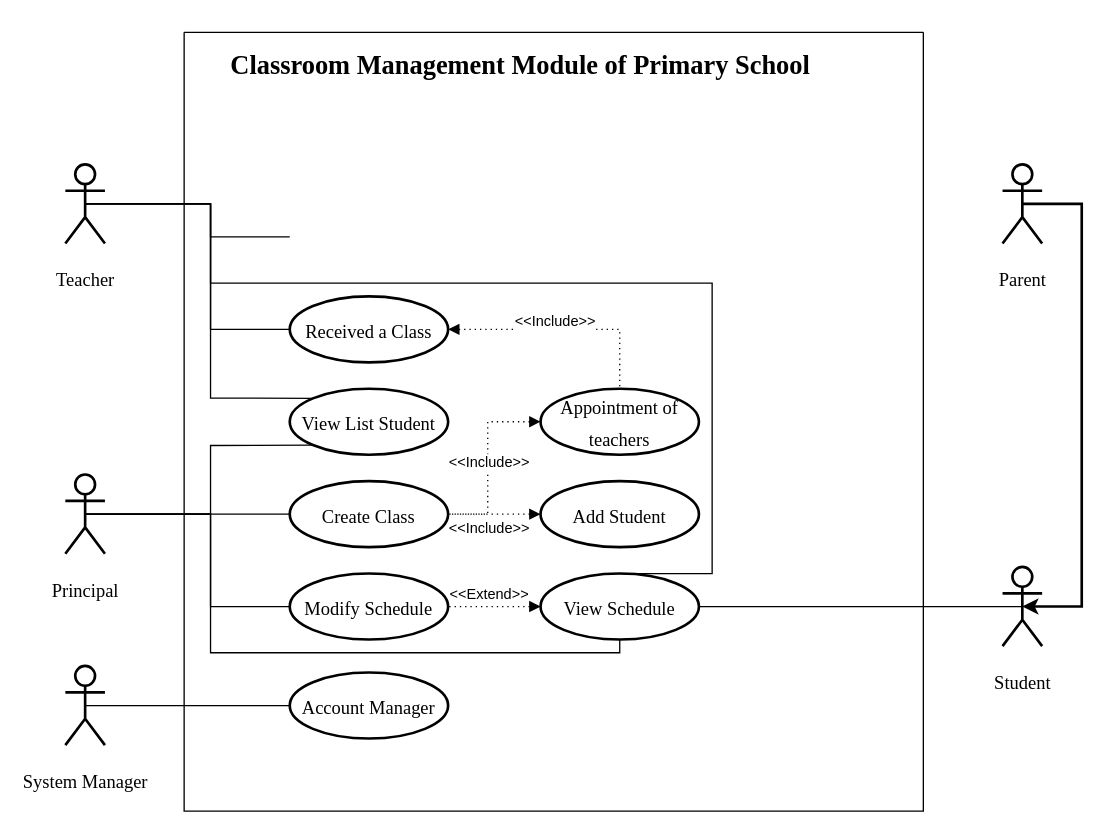
Above: public/UseCase.drawio in it-TranKhaiHoang/soa-final-project (draw.io), before the change. Source tidied: cells renumbered, new cells numbered last; positions are measured from the earlier drawing's top-left corner, leaving out a move shared by most shapes. Both pictures are drawn from the tidied source at 132%, with x=0, y=0 at pixel (65, 32).
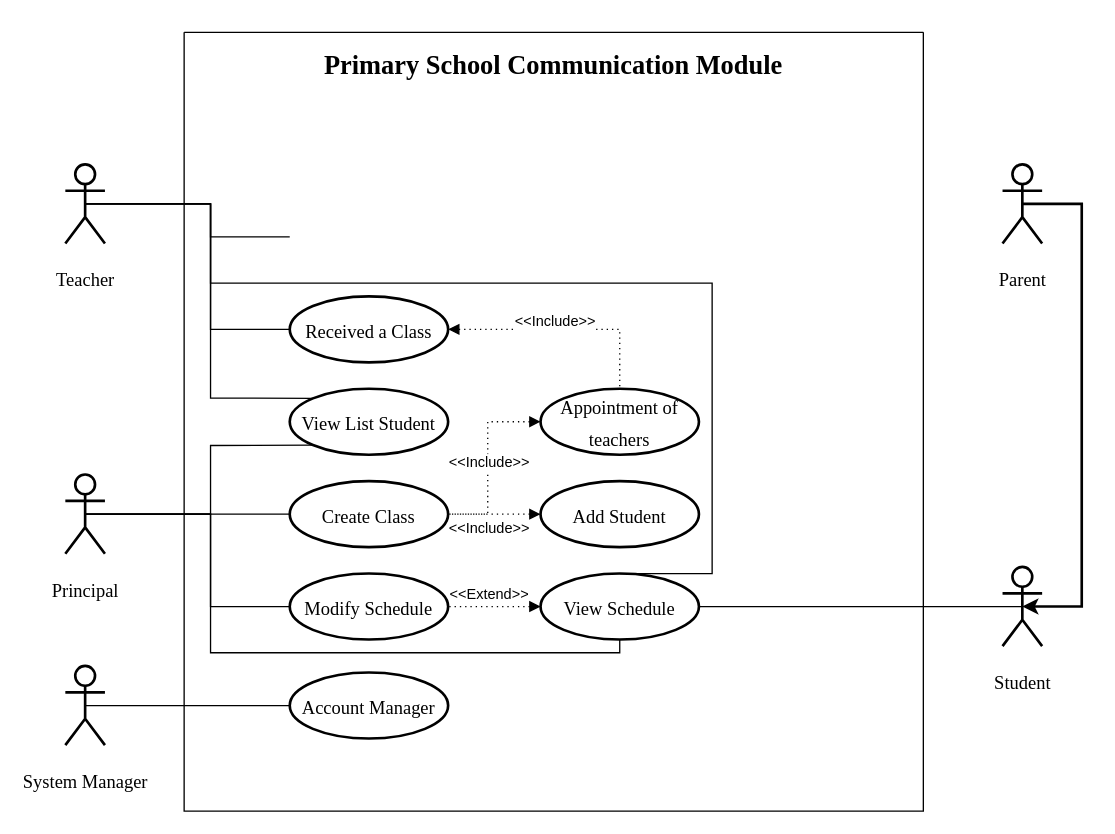
Above is the later version.

Commit message (it also covers changes not shown here):
Cập nhật UseCase.drawio

Unchanged cells that the change refers to:
```xml
<mxCell id="2" style="swimlane;startSize=0;hachureGap=4;fontFamily=Architects Daughter;fontSize=20;rounded=0;swimlaneLine=0;" parent="1" vertex="1">
  <mxGeometry x="90" width="560" height="590" as="geometry" />
</mxCell>
```

The edit, as a diff of the source:
```diff
@@
-    <mxCell id="4" value="&lt;p&gt;&lt;font face=&quot;Times New Roman&quot;&gt;&lt;b&gt;Classroom Management Module of Primary School&lt;/b&gt;&lt;/font&gt;&lt;/p&gt;" style="text;html=1;strokeColor=none;fillColor=none;align=center;verticalAlign=middle;whiteSpace=wrap;rounded=0;fontSize=20;fontFamily=Architects Daughter;" parent="2" vertex="1">
-      <mxGeometry x="5" y="10" width="500" height="30" as="geometry" />
+    <mxCell id="4" value="&lt;p&gt;&lt;font face=&quot;Times New Roman&quot;&gt;&lt;b&gt;Primary School Communication Module&lt;/b&gt;&lt;/font&gt;&lt;/p&gt;" style="text;html=1;strokeColor=none;fillColor=none;align=center;verticalAlign=middle;whiteSpace=wrap;rounded=0;fontSize=20;fontFamily=Architects Daughter;" parent="2" vertex="1">
+      <mxGeometry x="30" y="10" width="500" height="30" as="geometry" />
     </mxCell>
```
